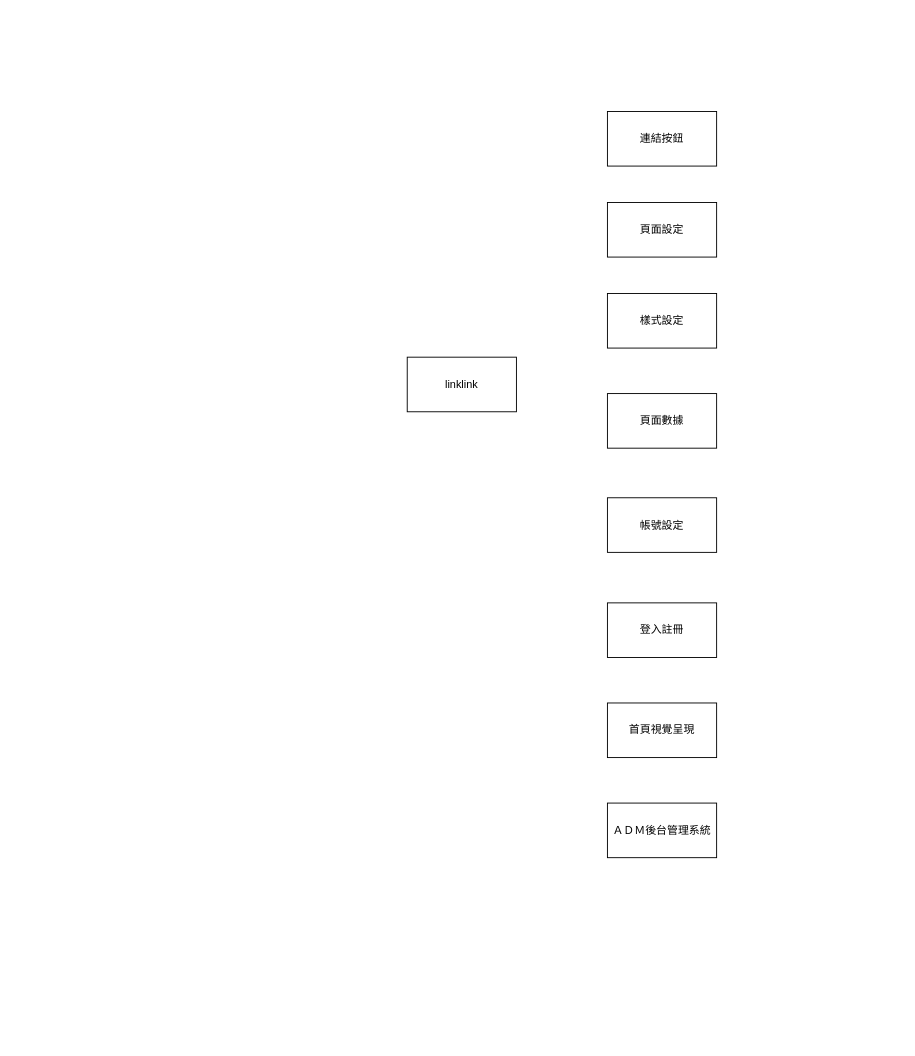
The draw.io diagram linklink_SD.drawio in wilsonhsu/linklink_file, before the edit. Source tidied: cells renumbered, new cells numbered last; positions are measured from the earlier drawing's top-left corner, leaving out a move shared by most shapes. Both pictures are drawn from the tidied source at 91%, with x=0, y=0 at pixel (407, 111).
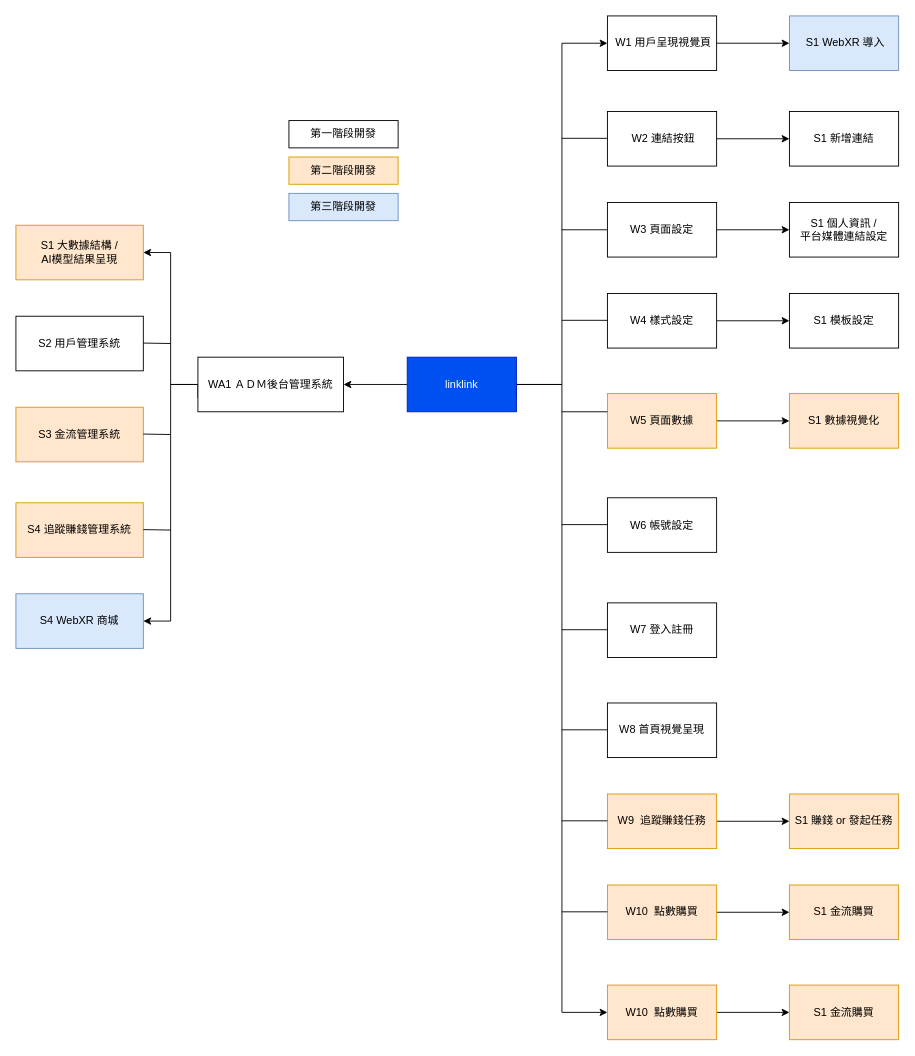
After the change.

The edit, as a diff of the source:
```diff
@@
+    <mxCell id="11" style="edgeStyle=orthogonalEdgeStyle;rounded=0;jettySize=auto;html=1;exitX=1;exitY=0.5;exitDx=0;exitDy=0;entryX=0;entryY=0.5;entryDx=0;entryDy=0;" parent="1" edge="1" source="2" target="45">
+      <mxGeometry relative="1" as="geometry" />
+    </mxCell>
+    <mxCell id="12" style="edgeStyle=orthogonalEdgeStyle;rounded=0;jettySize=auto;html=1;exitX=0;exitY=0.5;exitDx=0;exitDy=0;entryX=1;entryY=0.5;entryDx=0;entryDy=0;" parent="1" edge="1" source="2" target="10">
+      <mxGeometry relative="1" as="geometry" />
+    </mxCell>
+    <mxCell id="13" style="edgeStyle=orthogonalEdgeStyle;rounded=0;jettySize=auto;html=1;exitX=1;exitY=0.75;exitDx=0;exitDy=0;entryX=0;entryY=0.5;entryDx=0;entryDy=0;" parent="1" edge="1" source="2" target="49">
+      <mxGeometry relative="1" as="geometry">
+        <Array as="points">
+          <mxPoint x="120" y="300" />
+          <mxPoint x="170" y="300" />
+          <mxPoint x="170" y="990" />
+        </Array>
+      </mxGeometry>
+    </mxCell>
-    <mxCell id="2" value="linklink" style="rounded=0;whiteSpace=wrap;html=1;" parent="1" vertex="1">
+    <mxCell id="2" value="linklink" style="rounded=0;whiteSpace=wrap;html=1;fillColor=#0050ef;strokeColor=#001DBC;fontColor=#ffffff;" parent="1" vertex="1">
       <mxGeometry y="270" width="120" height="60" as="geometry" />
     </mxCell>
+    <mxCell id="14" style="edgeStyle=orthogonalEdgeStyle;rounded=0;jettySize=auto;html=1;exitX=1;exitY=0.5;exitDx=0;exitDy=0;entryX=0;entryY=0.5;entryDx=0;entryDy=0;" parent="1" edge="1" source="3" target="26">
+      <mxGeometry relative="1" as="geometry" />
+    </mxCell>
-    <mxCell id="3" value="連結按鈕" style="rounded=0;whiteSpace=wrap;html=1;" parent="1" vertex="1">
+    <mxCell id="3" value="&amp;nbsp;W2 連結按鈕" style="rounded=0;whiteSpace=wrap;html=1;" parent="1" vertex="1">
       <mxGeometry x="220" width="120" height="60" as="geometry" />
     </mxCell>
+    <mxCell id="15" style="edgeStyle=orthogonalEdgeStyle;rounded=0;jettySize=auto;html=1;" parent="1" edge="1" source="4" target="27">
+      <mxGeometry relative="1" as="geometry" />
+    </mxCell>
-    <mxCell id="4" value="頁面設定" style="rounded=0;whiteSpace=wrap;html=1;" parent="1" vertex="1">
+    <mxCell id="4" value="W3 頁面設定" style="rounded=0;whiteSpace=wrap;html=1;" parent="1" vertex="1">
       <mxGeometry x="220" y="100" width="120" height="60" as="geometry" />
     </mxCell>
+    <mxCell id="16" style="edgeStyle=orthogonalEdgeStyle;rounded=0;jettySize=auto;html=1;" parent="1" edge="1" source="5" target="28">
+      <mxGeometry relative="1" as="geometry" />
+    </mxCell>
-    <mxCell id="5" value="樣式設定" style="rounded=0;whiteSpace=wrap;html=1;" parent="1" vertex="1">
+    <mxCell id="5" value="W4 樣式設定" style="rounded=0;whiteSpace=wrap;html=1;" parent="1" vertex="1">
       <mxGeometry x="220" y="200" width="120" height="60" as="geometry" />
     </mxCell>
+    <mxCell id="17" style="edgeStyle=orthogonalEdgeStyle;rounded=0;jettySize=auto;html=1;" parent="1" edge="1" source="6" target="29">
+      <mxGeometry relative="1" as="geometry" />
+    </mxCell>
-    <mxCell id="6" value="頁面數據" style="rounded=0;whiteSpace=wrap;html=1;" parent="1" vertex="1">
+    <mxCell id="6" value="W5 頁面數據" style="rounded=0;whiteSpace=wrap;html=1;fillColor=#ffe6cc;strokeColor=#d79b00;" parent="1" vertex="1">
       <mxGeometry x="220" y="310" width="120" height="60" as="geometry" />
     </mxCell>
-    <mxCell id="7" value="帳號設定" style="rounded=0;whiteSpace=wrap;html=1;" parent="1" vertex="1">
+    <mxCell id="7" value="W6 帳號設定" style="rounded=0;whiteSpace=wrap;html=1;" parent="1" vertex="1">
       <mxGeometry x="220" y="424.5" width="120" height="60" as="geometry" />
     </mxCell>
-    <mxCell id="8" value="登入註冊" style="rounded=0;whiteSpace=wrap;html=1;" parent="1" vertex="1">
+    <mxCell id="8" value="W7 登入註冊" style="rounded=0;whiteSpace=wrap;html=1;" parent="1" vertex="1">
       <mxGeometry x="220" y="540" width="120" height="60" as="geometry" />
     </mxCell>
-    <mxCell id="9" value="首頁視覺呈現" style="rounded=0;whiteSpace=wrap;html=1;" parent="1" vertex="1">
+    <mxCell id="9" value="W8 首頁視覺呈現" style="rounded=0;whiteSpace=wrap;html=1;" parent="1" vertex="1">
       <mxGeometry x="220" y="650" width="120" height="60" as="geometry" />
     </mxCell>
+    <mxCell id="18" style="edgeStyle=orthogonalEdgeStyle;rounded=0;jettySize=auto;html=1;exitX=0;exitY=0.5;exitDx=0;exitDy=0;entryX=1;entryY=0.5;entryDx=0;entryDy=0;" parent="1" edge="1" source="10" target="30">
+      <mxGeometry relative="1" as="geometry" />
+    </mxCell>
+    <mxCell id="19" style="edgeStyle=orthogonalEdgeStyle;rounded=0;jettySize=auto;html=1;exitX=0;exitY=0.75;exitDx=0;exitDy=0;entryX=1;entryY=0.5;entryDx=0;entryDy=0;" parent="1" edge="1" source="10" target="52">
+      <mxGeometry relative="1" as="geometry">
+        <Array as="points">
+          <mxPoint x="-230" y="300" />
+          <mxPoint x="-260" y="300" />
+          <mxPoint x="-260" y="560" />
+        </Array>
+      </mxGeometry>
+    </mxCell>
-    <mxCell id="10" value="ＡＤＭ後台管理系統" style="rounded=0;whiteSpace=wrap;html=1;" parent="1" vertex="1">
-      <mxGeometry x="220" y="760" width="120" height="60" as="geometry" />
+    <mxCell id="10" value="WA1 ＡＤＭ後台管理系統" style="rounded=0;whiteSpace=wrap;html=1;" parent="1" vertex="1">
+      <mxGeometry x="-230" y="270" width="160" height="60" as="geometry" />
     </mxCell>
+    <mxCell id="20" style="endArrow=none;html=1;rounded=0;" parent="1" edge="1">
+      <mxGeometry relative="1" as="geometry">
+        <mxPoint x="170" y="130" as="sourcePoint" />
+        <mxPoint x="220" y="130" as="targetPoint" />
+      </mxGeometry>
+    </mxCell>
+    <mxCell id="21" style="endArrow=none;html=1;rounded=0;" parent="1" edge="1">
+      <mxGeometry relative="1" as="geometry">
+        <mxPoint x="170" y="229.5" as="sourcePoint" />
+        <mxPoint x="220" y="229.5" as="targetPoint" />
+      </mxGeometry>
+    </mxCell>
+    <mxCell id="22" style="endArrow=none;html=1;rounded=0;" parent="1" edge="1">
+      <mxGeometry relative="1" as="geometry">
+        <mxPoint x="170" y="330" as="sourcePoint" />
+        <mxPoint x="220" y="330" as="targetPoint" />
+      </mxGeometry>
+    </mxCell>
+    <mxCell id="23" style="endArrow=none;html=1;rounded=0;" parent="1" edge="1">
+      <mxGeometry relative="1" as="geometry">
+        <mxPoint x="170" y="454" as="sourcePoint" />
+        <mxPoint x="220" y="454" as="targetPoint" />
+      </mxGeometry>
+    </mxCell>
+    <mxCell id="24" style="endArrow=none;html=1;rounded=0;" parent="1" edge="1">
+      <mxGeometry relative="1" as="geometry">
+        <mxPoint x="170" y="569.5" as="sourcePoint" />
+        <mxPoint x="220" y="569.5" as="targetPoint" />
+      </mxGeometry>
+    </mxCell>
+    <mxCell id="25" style="endArrow=none;html=1;rounded=0;" parent="1" edge="1">
+      <mxGeometry relative="1" as="geometry">
+        <mxPoint x="170" y="679.5" as="sourcePoint" />
+        <mxPoint x="220" y="679.5" as="targetPoint" />
+      </mxGeometry>
+    </mxCell>
+    <mxCell id="26" value="S1 新增連結" style="rounded=0;whiteSpace=wrap;html=1;" parent="1" vertex="1">
+      <mxGeometry x="420" width="120" height="60" as="geometry" />
+    </mxCell>
+    <mxCell id="27" value="S1 個人資訊 / &lt;br&gt;平台媒體連結設定" style="rounded=0;whiteSpace=wrap;html=1;" parent="1" vertex="1">
+      <mxGeometry x="420" y="100" width="120" height="60" as="geometry" />
+    </mxCell>
+    <mxCell id="28" value="S1 模板設定" style="rounded=0;whiteSpace=wrap;html=1;" parent="1" vertex="1">
+      <mxGeometry x="420" y="200" width="120" height="60" as="geometry" />
+    </mxCell>
+    <mxCell id="29" value="S1 數據視覺化" style="rounded=0;whiteSpace=wrap;html=1;fillColor=#ffe6cc;strokeColor=#d79b00;" parent="1" vertex="1">
+      <mxGeometry x="420" y="310" width="120" height="60" as="geometry" />
+    </mxCell>
+    <mxCell id="30" value="S1 大數據結構 /&lt;br&gt;AI模型結果呈現" style="rounded=0;whiteSpace=wrap;html=1;fillColor=#ffe6cc;strokeColor=#d79b00;" parent="1" vertex="1">
+      <mxGeometry x="-430" y="125" width="140" height="60" as="geometry" />
+    </mxCell>
+    <mxCell id="31" value="S2 用戶管理系統" style="rounded=0;whiteSpace=wrap;html=1;" parent="1" vertex="1">
+      <mxGeometry x="-430" y="225" width="140" height="60" as="geometry" />
+    </mxCell>
+    <mxCell id="32" style="edgeStyle=orthogonalEdgeStyle;rounded=0;jettySize=auto;html=1;" parent="1" edge="1" source="33" target="37">
+      <mxGeometry relative="1" as="geometry" />
+    </mxCell>
+    <mxCell id="33" value="W9&amp;nbsp; 追蹤賺錢任務" style="rounded=0;whiteSpace=wrap;html=1;fillColor=#ffe6cc;strokeColor=#d79b00;" parent="1" vertex="1">
+      <mxGeometry x="220" y="750" width="120" height="60" as="geometry" />
+    </mxCell>
+    <mxCell id="34" style="endArrow=none;html=1;rounded=0;" parent="1" edge="1">
+      <mxGeometry relative="1" as="geometry">
+        <mxPoint x="170" y="779.5" as="sourcePoint" />
+        <mxPoint x="220" y="779.5" as="targetPoint" />
+      </mxGeometry>
+    </mxCell>
+    <mxCell id="35" style="edgeStyle=orthogonalEdgeStyle;rounded=0;jettySize=auto;html=1;" parent="1" edge="1" source="36" target="38">
+      <mxGeometry relative="1" as="geometry" />
+    </mxCell>
+    <mxCell id="36" value="W10&amp;nbsp; 點數購買" style="rounded=0;whiteSpace=wrap;html=1;fillColor=#ffe6cc;strokeColor=#d79b00;" parent="1" vertex="1">
+      <mxGeometry x="220" y="850" width="120" height="60" as="geometry" />
+    </mxCell>
+    <mxCell id="37" value="S1 賺錢 or 發起任務" style="rounded=0;whiteSpace=wrap;html=1;fillColor=#ffe6cc;strokeColor=#d79b00;" parent="1" vertex="1">
+      <mxGeometry x="420" y="750" width="120" height="60" as="geometry" />
+    </mxCell>
+    <mxCell id="38" value="S1 金流購買" style="rounded=0;whiteSpace=wrap;html=1;fillColor=#ffe6cc;strokeColor=#d79b00;" parent="1" vertex="1">
+      <mxGeometry x="420" y="850" width="120" height="60" as="geometry" />
+    </mxCell>
+    <mxCell id="39" value="S3 金流管理系統" style="rounded=0;whiteSpace=wrap;html=1;fillColor=#ffe6cc;strokeColor=#d79b00;" parent="1" vertex="1">
+      <mxGeometry x="-430" y="325" width="140" height="60" as="geometry" />
+    </mxCell>
+    <mxCell id="40" value="S4 追蹤賺錢管理系統" style="rounded=0;whiteSpace=wrap;html=1;fillColor=#ffe6cc;strokeColor=#d79b00;" parent="1" vertex="1">
+      <mxGeometry x="-430" y="430" width="140" height="60" as="geometry" />
+    </mxCell>
+    <mxCell id="41" value="第一階段開發" style="rounded=0;whiteSpace=wrap;html=1;" parent="1" vertex="1">
+      <mxGeometry x="-130" y="10" width="120" height="30" as="geometry" />
+    </mxCell>
+    <mxCell id="42" value="第二階段開發" style="rounded=0;whiteSpace=wrap;html=1;fillColor=#ffe6cc;strokeColor=#d79b00;" parent="1" vertex="1">
+      <mxGeometry x="-130" y="50" width="120" height="30" as="geometry" />
+    </mxCell>
+    <mxCell id="43" value="第三階段開發" style="rounded=0;whiteSpace=wrap;html=1;fillColor=#dae8fc;strokeColor=#6c8ebf;" parent="1" vertex="1">
+      <mxGeometry x="-130" y="90" width="120" height="30" as="geometry" />
+    </mxCell>
+    <mxCell id="44" style="edgeStyle=orthogonalEdgeStyle;rounded=0;jettySize=auto;html=1;" parent="1" edge="1" source="45" target="47">
+      <mxGeometry relative="1" as="geometry" />
+    </mxCell>
+    <mxCell id="45" value="&amp;nbsp;W1 用戶呈現視覺頁" style="rounded=0;whiteSpace=wrap;html=1;" parent="1" vertex="1">
+      <mxGeometry x="220" y="-105" width="120" height="60" as="geometry" />
+    </mxCell>
+    <mxCell id="46" style="endArrow=none;html=1;rounded=0;" parent="1" edge="1">
+      <mxGeometry relative="1" as="geometry">
+        <mxPoint x="170" y="29.5" as="sourcePoint" />
+        <mxPoint x="220" y="29.5" as="targetPoint" />
+      </mxGeometry>
+    </mxCell>
+    <mxCell id="47" value="&amp;nbsp;S1 WebXR 導入" style="rounded=0;whiteSpace=wrap;html=1;fillColor=#dae8fc;strokeColor=#6c8ebf;" parent="1" vertex="1">
+      <mxGeometry x="420" y="-105" width="120" height="60" as="geometry" />
+    </mxCell>
+    <mxCell id="48" style="edgeStyle=orthogonalEdgeStyle;rounded=0;jettySize=auto;html=1;" parent="1" edge="1" source="49" target="50">
+      <mxGeometry relative="1" as="geometry" />
+    </mxCell>
+    <mxCell id="49" value="W10&amp;nbsp; 點數購買" style="rounded=0;whiteSpace=wrap;html=1;fillColor=#ffe6cc;strokeColor=#d79b00;" parent="1" vertex="1">
+      <mxGeometry x="220" y="960" width="120" height="60" as="geometry" />
+    </mxCell>
+    <mxCell id="50" value="S1 金流購買" style="rounded=0;whiteSpace=wrap;html=1;fillColor=#ffe6cc;strokeColor=#d79b00;" parent="1" vertex="1">
+      <mxGeometry x="420" y="960" width="120" height="60" as="geometry" />
+    </mxCell>
+    <mxCell id="51" style="endArrow=none;html=1;rounded=0;" parent="1" edge="1">
+      <mxGeometry relative="1" as="geometry">
+        <mxPoint x="170" y="879.5" as="sourcePoint" />
+        <mxPoint x="220" y="879.5" as="targetPoint" />
+      </mxGeometry>
+    </mxCell>
+    <mxCell id="52" value="S4 WebXR 商城" style="rounded=0;whiteSpace=wrap;html=1;fillColor=#dae8fc;strokeColor=#6c8ebf;" parent="1" vertex="1">
+      <mxGeometry x="-430" y="530" width="140" height="60" as="geometry" />
+    </mxCell>
+    <mxCell id="53" style="endArrow=none;html=1;rounded=0;" parent="1" edge="1">
+      <mxGeometry relative="1" as="geometry">
+        <mxPoint x="-290" y="254.5" as="sourcePoint" />
+        <mxPoint x="-260" y="255" as="targetPoint" />
+      </mxGeometry>
+    </mxCell>
+    <mxCell id="54" style="endArrow=none;html=1;rounded=0;" parent="1" edge="1">
+      <mxGeometry relative="1" as="geometry">
+        <mxPoint x="-290" y="354.5" as="sourcePoint" />
+        <mxPoint x="-260" y="355" as="targetPoint" />
+      </mxGeometry>
+    </mxCell>
+    <mxCell id="55" style="endArrow=none;html=1;rounded=0;" parent="1" edge="1">
+      <mxGeometry relative="1" as="geometry">
+        <mxPoint x="-290" y="459.5" as="sourcePoint" />
+        <mxPoint x="-260" y="460" as="targetPoint" />
+      </mxGeometry>
+    </mxCell>
```
